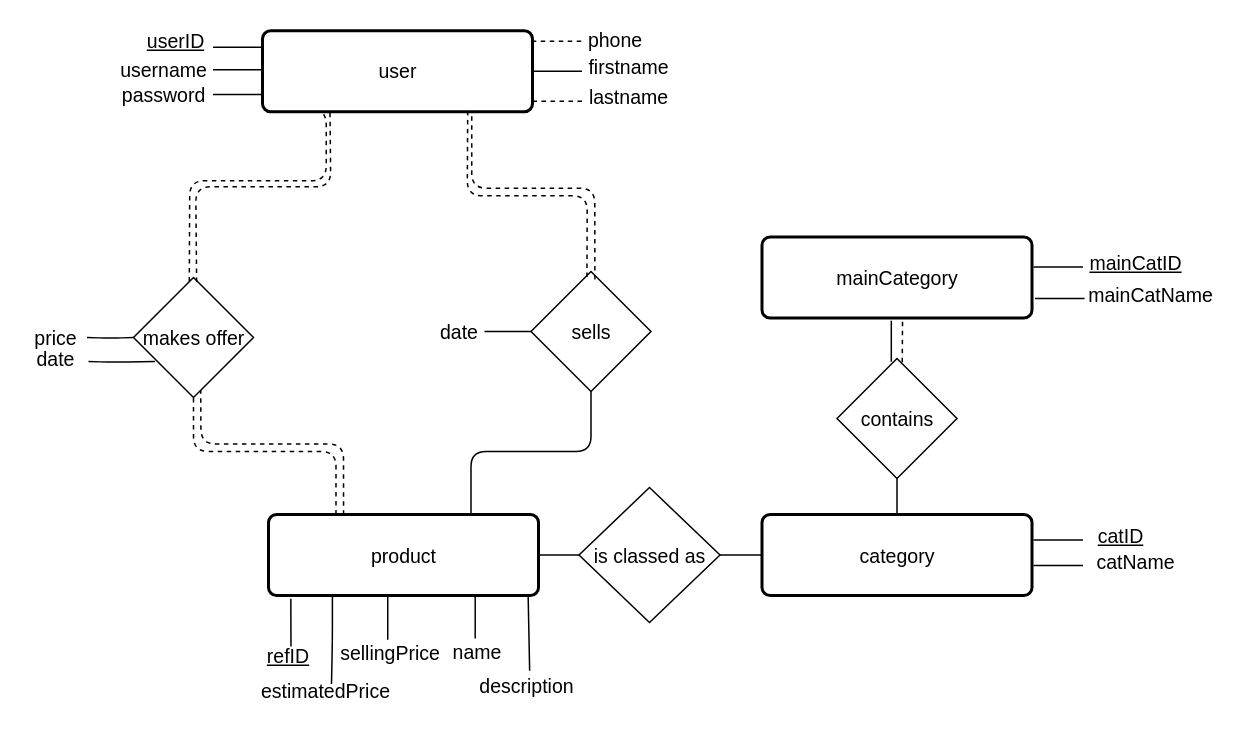
Above: modeleEA/modeleEA.drawio in JonathanCaspar/Database-Project (draw.io), before the change. Source tidied: cells renumbered, new cells numbered last; positions are measured from the earlier drawing's top-left corner, leaving out a move shared by most shapes. Both pictures are drawn from the tidied source at 150%, with x=0, y=0 at pixel (26, 24).
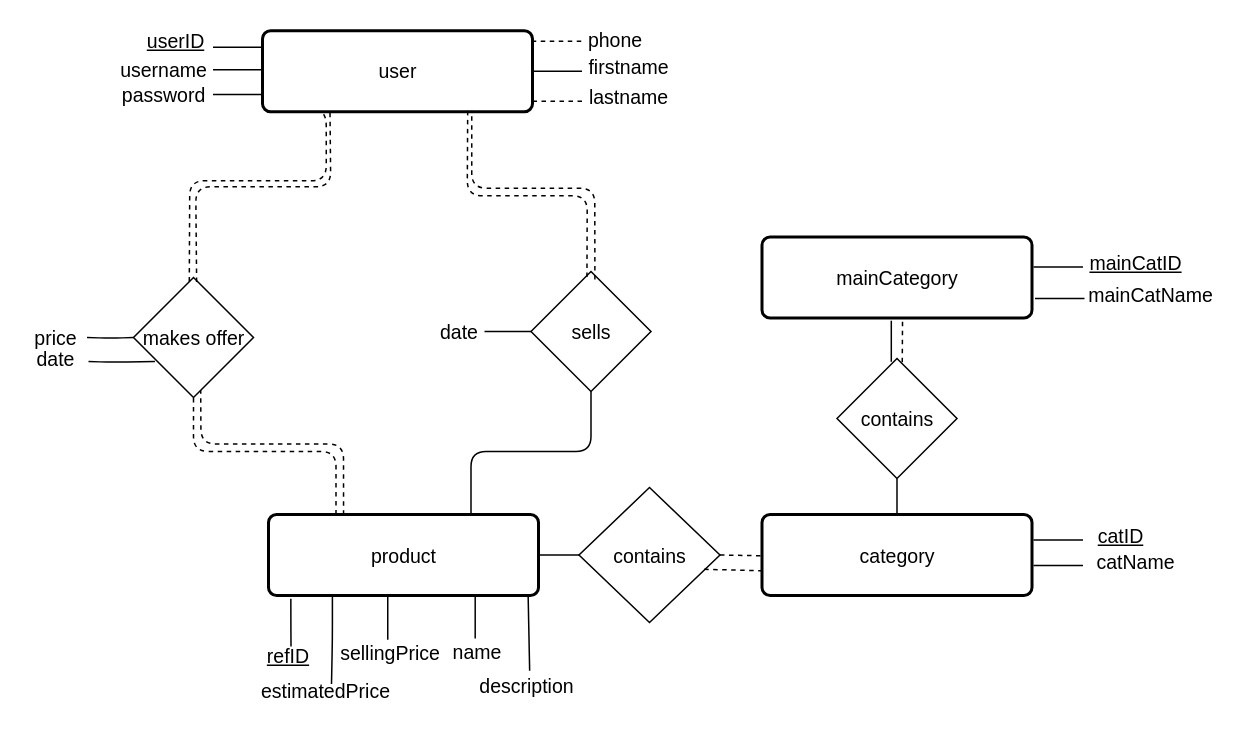
Above is the later version.

Unchanged cells that the change refers to:
```xml
<mxCell id="3" value="category&lt;br style=&quot;font-size: 13px;&quot;&gt;" style="strokeWidth=2;rounded=1;arcSize=10;whiteSpace=wrap;html=1;align=center;fontSize=13;" parent="1" vertex="1">
  <mxGeometry x="490.5" y="326.5" width="180" height="54" as="geometry" />
</mxCell>
```

What changed in the source:
```diff
@@
-    <mxCell id="17" value="is classed as" style="rhombus;whiteSpace=wrap;html=1;fontSize=13;fontColor=none;" parent="1" vertex="1">
+    <mxCell id="17" value="contains" style="rhombus;whiteSpace=wrap;html=1;fontSize=13;fontColor=none;" parent="1" vertex="1">
       <mxGeometry x="368.5" y="308.5" width="94" height="90" as="geometry" />
     </mxCell>
@@
-    <mxCell id="26" style="endArrow=none;html=1;fontSize=13;fontColor=none;exitX=0;exitY=0.5;exitDx=0;exitDy=0;entryX=1;entryY=0.5;entryDx=0;entryDy=0;" parent="1" edge="1" source="3" target="17">
-      <mxGeometry relative="1" as="geometry" />
-    </mxCell>
@@
+    <mxCell id="58" style="endArrow=none;dashed=1;html=1;exitX=1;exitY=0.5;exitDx=0;exitDy=0;" parent="1" edge="1" source="17">
+      <mxGeometry relative="1" as="geometry">
+        <mxPoint x="490" y="354" as="targetPoint" />
+      </mxGeometry>
+    </mxCell>
+    <mxCell id="59" style="endArrow=none;dashed=1;html=1;exitX=0.888;exitY=0.606;exitDx=0;exitDy=0;exitPerimeter=0;" parent="1" edge="1" source="17">
+      <mxGeometry relative="1" as="geometry">
+        <mxPoint x="491" y="364" as="targetPoint" />
+      </mxGeometry>
+    </mxCell>
```
